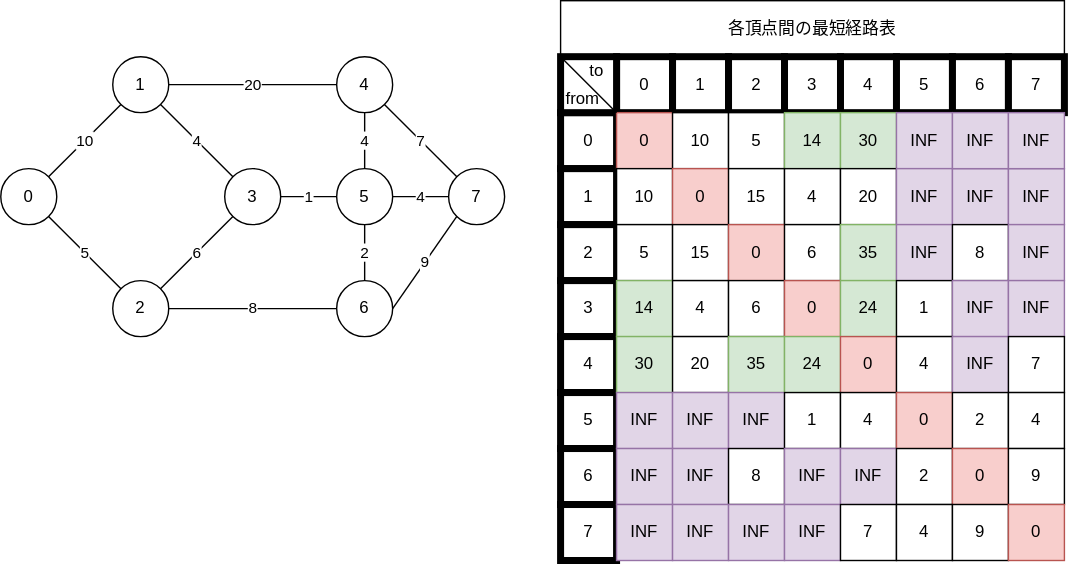
Above: static/img/svg/Algorithm/warshall-floyd/warshall-floyd-5.drawio.svg in koseki2580/study-docs (draw.io), before the change. Source tidied: cells renumbered, new cells last; positions are measured from the earlier drawing's top-left corner, leaving out a move shared by most shapes.
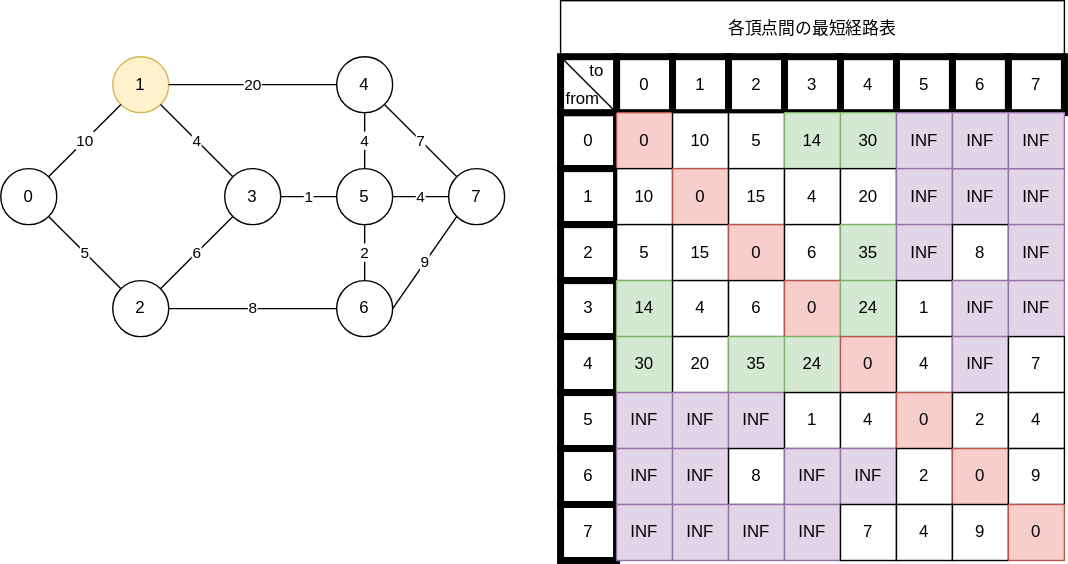
Later version of the same file.

Diff of the diagram source:
```diff
@@ -5,7 +5,7 @@
     <mxCell id="2" value="0" style="ellipse;whiteSpace=wrap;html=1;" parent="1" vertex="1">
       <mxGeometry y="120" width="40" height="40" as="geometry" />
     </mxCell>
-    <mxCell id="3" value="1" style="ellipse;whiteSpace=wrap;html=1;" parent="1" vertex="1">
+    <mxCell id="3" value="1" style="ellipse;whiteSpace=wrap;html=1;fillColor=#fff2cc;strokeColor=#d6b656;" parent="1" vertex="1">
       <mxGeometry x="80" y="40" width="40" height="40" as="geometry" />
     </mxCell>
     <mxCell id="4" value="2" style="ellipse;whiteSpace=wrap;html=1;" parent="1" vertex="1">
```
